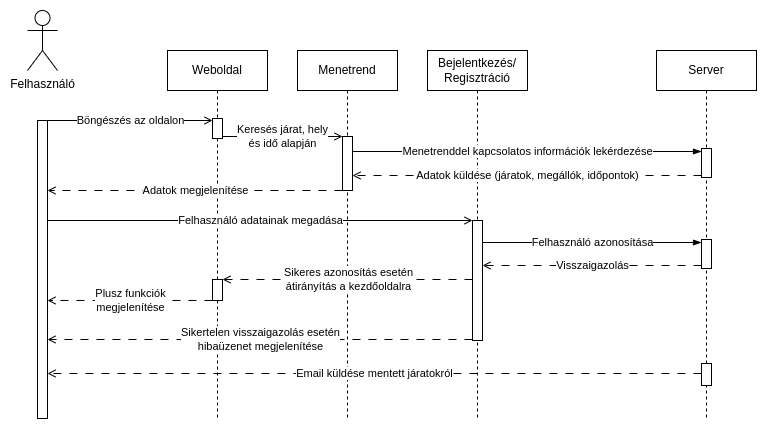
Above: Sequence_Diagram.png in makoadampeter/vonatprojekt (draw.io), before the change. Source tidied: cells renumbered, new cells last; positions are measured from the earlier drawing's top-left corner, leaving out a move shared by most shapes.
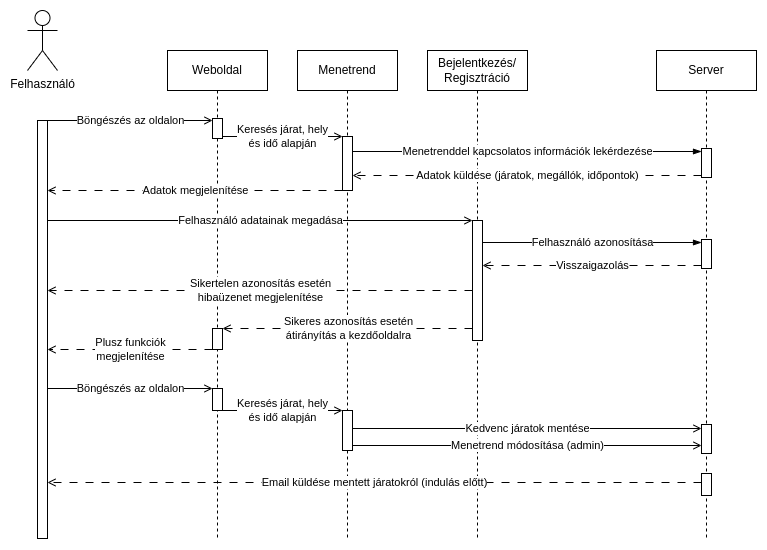
After the commit.

Commit message:
Plusz funkciók időrendben.

What changed in the source:
```diff
@@ -3,16 +3,19 @@
     <mxCell id="0" />
     <mxCell id="1" parent="0" />
     <mxCell id="2" value="Weboldal" style="shape=umlLifeline;perimeter=lifelinePerimeter;whiteSpace=wrap;html=1;newEdgeStyle={&quot;edgeStyle&quot;:&quot;elbowEdgeStyle&quot;,&quot;elbow&quot;:&quot;vertical&quot;,&quot;curved&quot;:0,&quot;rounded&quot;:0};" parent="1" vertex="1">
-      <mxGeometry x="140" y="40" width="100" height="368" as="geometry" />
+      <mxGeometry x="140" y="40" width="100" height="488" as="geometry" />
     </mxCell>
     <mxCell id="3" style="html=1;perimeter=orthogonalPerimeter;targetShapes=umlLifeline;newEdgeStyle={&quot;edgeStyle&quot;:&quot;elbowEdgeStyle&quot;,&quot;elbow&quot;:&quot;vertical&quot;,&quot;curved&quot;:0,&quot;rounded&quot;:0};" parent="2" vertex="1">
       <mxGeometry x="45" y="68" width="10" height="20" as="geometry" />
     </mxCell>
     <mxCell id="4" style="html=1;perimeter=orthogonalPerimeter;targetShapes=umlLifeline;newEdgeStyle={&quot;edgeStyle&quot;:&quot;elbowEdgeStyle&quot;,&quot;elbow&quot;:&quot;vertical&quot;,&quot;curved&quot;:0,&quot;rounded&quot;:0};" parent="2" vertex="1">
-      <mxGeometry x="45" y="229" width="10" height="21" as="geometry" />
+      <mxGeometry x="45" y="278" width="10" height="21" as="geometry" />
     </mxCell>
+    <mxCell id="39" style="html=1;perimeter=orthogonalPerimeter;targetShapes=umlLifeline;newEdgeStyle={&quot;edgeStyle&quot;:&quot;elbowEdgeStyle&quot;,&quot;elbow&quot;:&quot;vertical&quot;,&quot;curved&quot;:0,&quot;rounded&quot;:0};" parent="2" vertex="1">
+      <mxGeometry x="45" y="338" width="10" height="22" as="geometry" />
+    </mxCell>
     <mxCell id="5" value="Server" style="shape=umlLifeline;perimeter=lifelinePerimeter;whiteSpace=wrap;html=1;newEdgeStyle={&quot;edgeStyle&quot;:&quot;elbowEdgeStyle&quot;,&quot;elbow&quot;:&quot;vertical&quot;,&quot;curved&quot;:0,&quot;rounded&quot;:0};" parent="1" vertex="1">
-      <mxGeometry x="629" y="40" width="100" height="368" as="geometry" />
+      <mxGeometry x="629" y="40" width="100" height="488" as="geometry" />
     </mxCell>
     <mxCell id="6" style="html=1;points=[];perimeter=orthogonalPerimeter;outlineConnect=0;targetShapes=umlLifeline;portConstraint=eastwest;newEdgeStyle={&quot;edgeStyle&quot;:&quot;elbowEdgeStyle&quot;,&quot;elbow&quot;:&quot;vertical&quot;,&quot;curved&quot;:0,&quot;rounded&quot;:0};" parent="5" vertex="1">
       <mxGeometry x="45" y="98" width="10" height="29" as="geometry" />
@@ -21,13 +24,16 @@
       <mxGeometry x="45" y="189" width="10" height="29" as="geometry" />
     </mxCell>
     <mxCell id="8" style="html=1;points=[];perimeter=orthogonalPerimeter;outlineConnect=0;targetShapes=umlLifeline;portConstraint=eastwest;newEdgeStyle={&quot;edgeStyle&quot;:&quot;elbowEdgeStyle&quot;,&quot;elbow&quot;:&quot;vertical&quot;,&quot;curved&quot;:0,&quot;rounded&quot;:0};" parent="5" vertex="1">
-      <mxGeometry x="45" y="313" width="10" height="22" as="geometry" />
+      <mxGeometry x="45" y="423" width="10" height="22" as="geometry" />
     </mxCell>
+    <mxCell id="40" style="html=1;perimeter=orthogonalPerimeter;targetShapes=umlLifeline;newEdgeStyle={&quot;edgeStyle&quot;:&quot;elbowEdgeStyle&quot;,&quot;elbow&quot;:&quot;vertical&quot;,&quot;curved&quot;:0,&quot;rounded&quot;:0};" parent="5" vertex="1">
+      <mxGeometry x="45" y="374" width="10" height="29" as="geometry" />
+    </mxCell>
     <mxCell id="9" value="Felhasználó" style="shape=umlActor;verticalLabelPosition=bottom;verticalAlign=top;html=1;" parent="1" vertex="1">
       <mxGeometry width="30" height="60" as="geometry" />
     </mxCell>
     <mxCell id="10" style="html=1;perimeter=orthogonalPerimeter;targetShapes=umlLifeline;newEdgeStyle={&quot;edgeStyle&quot;:&quot;elbowEdgeStyle&quot;,&quot;elbow&quot;:&quot;vertical&quot;,&quot;curved&quot;:0,&quot;rounded&quot;:0};" parent="1" vertex="1">
-      <mxGeometry x="10" y="110" width="10" height="298" as="geometry" />
+      <mxGeometry x="10" y="110" width="10" height="418" as="geometry" />
     </mxCell>
     <mxCell id="11" style="html=1;verticalAlign=bottom;endArrow=open;edgeStyle=elbowEdgeStyle;elbow=vertical;curved=0;rounded=0;endFill=0;" parent="1" edge="1">
       <mxGeometry x="0.09" y="29" relative="1" as="geometry">
@@ -42,11 +48,14 @@
       <mxGeometry relative="1" as="geometry" />
     </mxCell>
     <mxCell id="13" value="Menetrend" style="shape=umlLifeline;perimeter=lifelinePerimeter;whiteSpace=wrap;html=1;newEdgeStyle={&quot;edgeStyle&quot;:&quot;elbowEdgeStyle&quot;,&quot;elbow&quot;:&quot;vertical&quot;,&quot;curved&quot;:0,&quot;rounded&quot;:0};" parent="1" vertex="1">
-      <mxGeometry x="270" y="40" width="100" height="368" as="geometry" />
+      <mxGeometry x="270" y="40" width="100" height="488" as="geometry" />
     </mxCell>
     <mxCell id="14" style="html=1;perimeter=orthogonalPerimeter;targetShapes=umlLifeline;newEdgeStyle={&quot;edgeStyle&quot;:&quot;elbowEdgeStyle&quot;,&quot;elbow&quot;:&quot;vertical&quot;,&quot;curved&quot;:0,&quot;rounded&quot;:0};" parent="13" vertex="1">
       <mxGeometry x="45" y="86" width="10" height="54" as="geometry" />
     </mxCell>
+    <mxCell id="41" style="html=1;perimeter=orthogonalPerimeter;targetShapes=umlLifeline;newEdgeStyle={&quot;edgeStyle&quot;:&quot;elbowEdgeStyle&quot;,&quot;elbow&quot;:&quot;vertical&quot;,&quot;curved&quot;:0,&quot;rounded&quot;:0};" parent="13" vertex="1">
+      <mxGeometry x="45" y="360" width="10" height="40" as="geometry" />
+    </mxCell>
     <mxCell id="15" style="endArrow=open;html=1;rounded=0;dashed=1;dashPattern=8 8;endFill=0;" parent="1" edge="1">
       <mxGeometry relative="1" as="geometry">
         <mxPoint x="315" y="180" as="sourcePoint" />
@@ -57,7 +66,7 @@
       <mxGeometry relative="1" as="geometry" />
     </mxCell>
     <mxCell id="17" value="Bejelentkezés/&lt;br&gt;Regisztráció" style="shape=umlLifeline;perimeter=lifelinePerimeter;whiteSpace=wrap;html=1;newEdgeStyle={&quot;edgeStyle&quot;:&quot;elbowEdgeStyle&quot;,&quot;elbow&quot;:&quot;vertical&quot;,&quot;curved&quot;:0,&quot;rounded&quot;:0};" parent="1" vertex="1">
-      <mxGeometry x="400" y="40" width="100" height="368" as="geometry" />
+      <mxGeometry x="400" y="40" width="100" height="488" as="geometry" />
     </mxCell>
     <mxCell id="18" style="html=1;perimeter=orthogonalPerimeter;targetShapes=umlLifeline;newEdgeStyle={&quot;edgeStyle&quot;:&quot;elbowEdgeStyle&quot;,&quot;elbow&quot;:&quot;vertical&quot;,&quot;curved&quot;:0,&quot;rounded&quot;:0};" parent="17" vertex="1">
       <mxGeometry x="45" y="170" width="10" height="120" as="geometry" />
@@ -82,8 +91,8 @@
     </mxCell>
     <mxCell id="23" style="endArrow=open;html=1;rounded=0;dashed=1;dashPattern=8 8;endFill=0;" parent="1" edge="1">
       <mxGeometry relative="1" as="geometry">
-        <mxPoint x="445" y="269" as="sourcePoint" />
-        <mxPoint x="195" y="269" as="targetPoint" />
+        <mxPoint x="445" y="318" as="sourcePoint" />
+        <mxPoint x="195" y="318" as="targetPoint" />
       </mxGeometry>
     </mxCell>
     <mxCell id="24" value="Sikeres azonosítás esetén&lt;br&gt;átirányítás a kezdőoldalra" style="edgeLabel;html=1;align=center;verticalAlign=middle;" parent="23" vertex="1">
@@ -91,8 +100,8 @@
     </mxCell>
     <mxCell id="25" style="endArrow=open;html=1;rounded=0;dashed=1;dashPattern=8 8;endFill=0;" parent="1" edge="1">
       <mxGeometry relative="1" as="geometry">
-        <mxPoint x="185" y="290" as="sourcePoint" />
-        <mxPoint x="20" y="290" as="targetPoint" />
+        <mxPoint x="185" y="339" as="sourcePoint" />
+        <mxPoint x="20" y="339" as="targetPoint" />
       </mxGeometry>
     </mxCell>
     <mxCell id="26" value="Plusz funkciók&lt;br&gt;megjelenítése" style="edgeLabel;html=1;align=center;verticalAlign=middle;" parent="25" vertex="1">
@@ -100,19 +109,20 @@
     </mxCell>
     <mxCell id="27" style="endArrow=open;html=1;rounded=0;dashed=1;dashPattern=8 8;endFill=0;" parent="1" edge="1">
       <mxGeometry relative="1" as="geometry">
-        <mxPoint x="445" y="329" as="sourcePoint" />
-        <mxPoint x="20" y="329" as="targetPoint" />
+        <mxPoint x="445" y="280" as="sourcePoint" />
+        <mxPoint x="20" y="280" as="targetPoint" />
       </mxGeometry>
     </mxCell>
-    <mxCell id="28" value="Sikertelen visszaigazolás esetén&lt;br&gt;hibaüzenet megjelenítése" style="edgeLabel;html=1;align=center;verticalAlign=middle;" parent="27" vertex="1">
+    <mxCell id="28" value="Sikertelen azonosítás&amp;nbsp;esetén&lt;br&gt;hibaüzenet megjelenítése" style="edgeLabel;html=1;align=center;verticalAlign=middle;" parent="27" vertex="1">
       <mxGeometry relative="1" as="geometry" />
     </mxCell>
-    <mxCell id="29" style="endArrow=open;html=1;rounded=0;dashed=1;dashPattern=8 8;endFill=0;" parent="1" edge="1" source="8">
+    <mxCell id="29" style="endArrow=open;html=1;rounded=0;dashed=1;dashPattern=8 8;endFill=0;" parent="1" edge="1">
       <mxGeometry relative="1" as="geometry">
-        <mxPoint x="20" y="363" as="targetPoint" />
+        <mxPoint x="674" y="472" as="sourcePoint" />
+        <mxPoint x="20" y="472" as="targetPoint" />
       </mxGeometry>
     </mxCell>
-    <mxCell id="30" value="Email küldése mentett járatokról" style="edgeLabel;html=1;align=center;verticalAlign=middle;" parent="29" vertex="1">
+    <mxCell id="30" value="Email küldése mentett járatokról (indulás előtt)" style="edgeLabel;html=1;align=center;verticalAlign=middle;" parent="29" vertex="1">
       <mxGeometry relative="1" as="geometry" />
     </mxCell>
     <mxCell id="31" style="endArrow=blockThin;html=1;rounded=0;endFill=1;" parent="1" edge="1" target="6">
@@ -147,5 +157,50 @@
     <mxCell id="38" value="Visszaigazolás" style="edgeLabel;html=1;align=center;verticalAlign=middle;" parent="37" vertex="1">
       <mxGeometry relative="1" as="geometry" />
     </mxCell>
+    <mxCell id="42" style="html=1;verticalAlign=bottom;endArrow=open;edgeStyle=elbowEdgeStyle;elbow=vertical;curved=0;rounded=0;endFill=0;" parent="1" edge="1">
+      <mxGeometry x="0.09" y="29" relative="1" as="geometry">
+        <mxPoint x="20" y="378" as="sourcePoint" />
+        <mxPoint x="185" y="378" as="targetPoint" />
+        <Array as="points">
+          <mxPoint x="105" y="378" />
+        </Array>
+      </mxGeometry>
+    </mxCell>
+    <mxCell id="43" value="Böngészés az oldalon" style="edgeLabel;html=1;align=center;verticalAlign=middle;" parent="42" vertex="1">
+      <mxGeometry relative="1" as="geometry" />
+    </mxCell>
+    <mxCell id="44" style="endArrow=open;html=1;rounded=0;endFill=0;" parent="1" edge="1">
+      <mxGeometry relative="1" as="geometry">
+        <mxPoint x="195" y="400" as="sourcePoint" />
+        <mxPoint x="315" y="400" as="targetPoint" />
+      </mxGeometry>
+    </mxCell>
+    <mxCell id="45" value="Keresés járat, hely&lt;br&gt;és idő alapján" style="edgeLabel;html=1;align=center;verticalAlign=middle;" parent="44" vertex="1">
+      <mxGeometry relative="1" as="geometry" />
+    </mxCell>
+    <mxCell id="46" style="html=1;verticalAlign=bottom;endArrow=open;edgeStyle=elbowEdgeStyle;elbow=vertical;curved=0;rounded=0;endFill=0;" parent="1" edge="1">
+      <mxGeometry x="0.09" y="29" relative="1" as="geometry">
+        <mxPoint x="325" y="419" as="sourcePoint" />
+        <mxPoint x="674" y="418" as="targetPoint" />
+        <Array as="points">
+          <mxPoint x="679" y="418" />
+        </Array>
+      </mxGeometry>
+    </mxCell>
+    <mxCell id="47" value="Kedvenc járatok mentése" style="edgeLabel;html=1;align=center;verticalAlign=middle;" parent="46" vertex="1">
+      <mxGeometry relative="1" as="geometry" />
+    </mxCell>
+    <mxCell id="48" style="html=1;verticalAlign=bottom;endArrow=open;edgeStyle=elbowEdgeStyle;elbow=vertical;curved=0;rounded=0;endFill=0;" parent="1" edge="1">
+      <mxGeometry x="0.09" y="29" relative="1" as="geometry">
+        <mxPoint x="325" y="436" as="sourcePoint" />
+        <mxPoint x="674" y="435" as="targetPoint" />
+        <Array as="points">
+          <mxPoint x="679" y="435" />
+        </Array>
+      </mxGeometry>
+    </mxCell>
+    <mxCell id="49" value="Menetrend módosítása (admin)" style="edgeLabel;html=1;align=center;verticalAlign=middle;" parent="48" vertex="1">
+      <mxGeometry relative="1" as="geometry" />
+    </mxCell>
   </root>
 </mxGraphModel>
```
